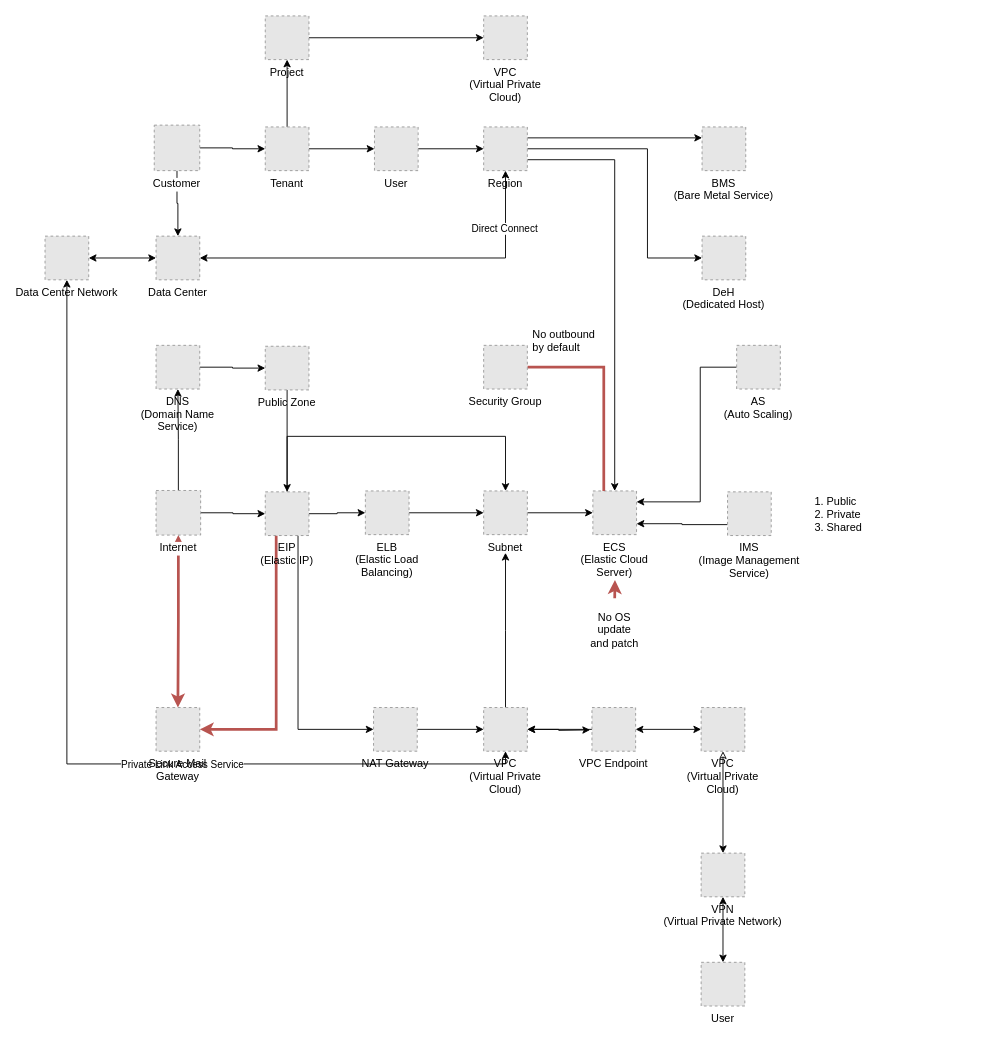
Above: page "Infrastructure und Network" (1 of 3) of Komponenten.drawio in themue/OTC (draw.io), before the change. Source tidied: cells renumbered, new cells numbered last; positions are measured from the earlier drawing's top-left corner, leaving out a move shared by most shapes. Both pictures are drawn from the tidied source at 91%, with x=0, y=0 at pixel (45, 15). Pictures stored in the file or linked from it are replaced by grey dashed boxes.
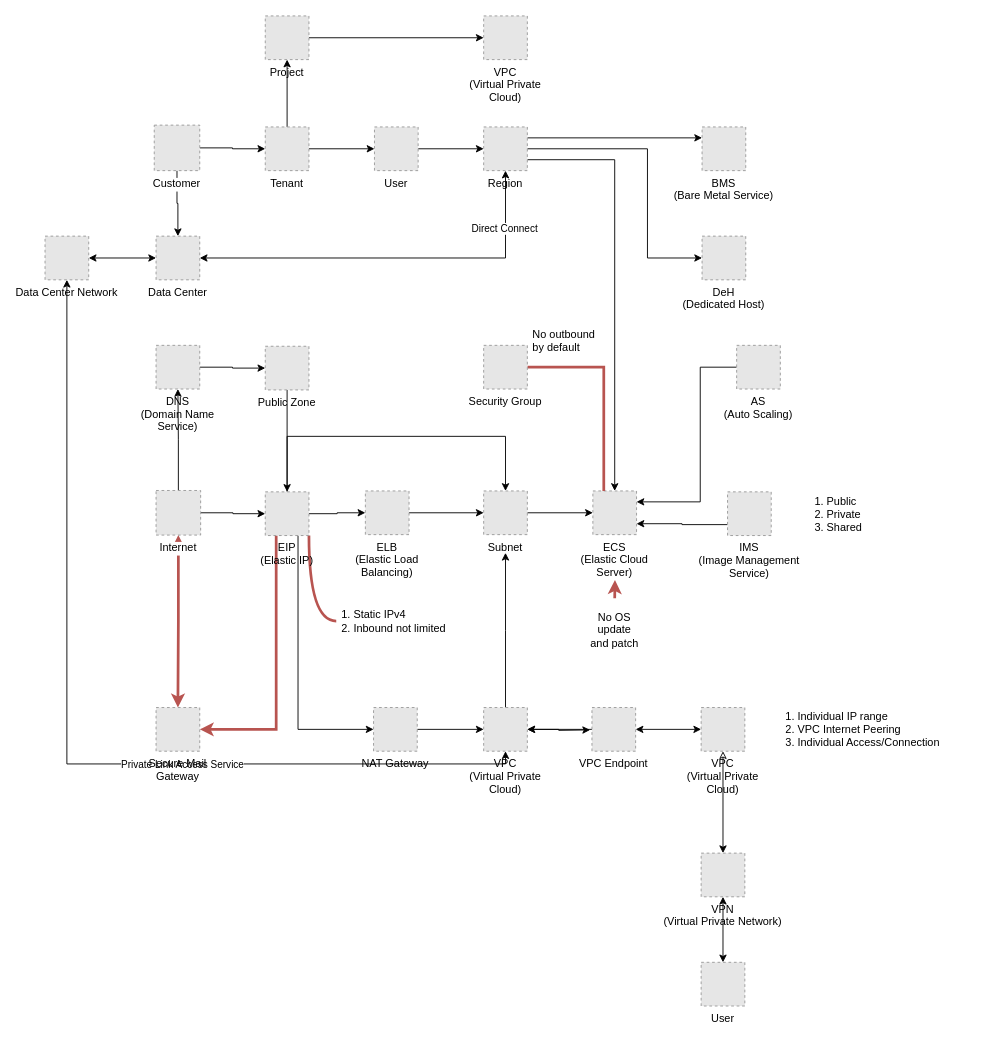
The same page after the edit.

The change refers to these unchanged cells:
```xml
<mxCell id="29" value="EIP&#10;(Elastic IP)" style="fillColor=#E6E6E6;strokeColor=#999999;dashed=1;verticalLabelPosition=bottom;verticalAlign=top;" parent="1" vertex="1">
  <mxGeometry x="242" y="523" width="48" height="48" as="geometry" />
</mxCell>
```

Diff of the diagram source:
```diff
@@
+    <mxCell id="68" style="edgeStyle=orthogonalEdgeStyle;rounded=0;jettySize=auto;html=1;exitX=1;exitY=1;exitDx=0;exitDy=0;entryX=0;entryY=0.5;entryDx=0;entryDy=0;strokeWidth=3;fillColor=#f8cecc;strokeColor=#b85450;curved=1;endArrow=none;endFill=0;" parent="1" edge="1" source="29" target="70">
+      <mxGeometry relative="1" as="geometry" />
+    </mxCell>
@@
     <mxCell id="65" value="1. Public&lt;div&gt;2. Private&lt;br&gt;&lt;div&gt;3. Shared&lt;/div&gt;&lt;/div&gt;" style="text;strokeColor=none;fillColor=none;align=left;verticalAlign=middle;spacingLeft=4;spacingRight=4;overflow=hidden;whiteSpace=wrap;html=1;" parent="1" vertex="1">
-      <mxGeometry x="840" y="523" width="120" height="50" as="geometry" />
+      <mxGeometry x="840" y="523" width="200" height="50" as="geometry" />
     </mxCell>
@@
+    <mxCell id="69" value="1. Individual IP range&lt;div&gt;2. VPC Internet Peering&lt;br&gt;&lt;div&gt;3. Individual Access/Connection&lt;/div&gt;&lt;/div&gt;" style="text;strokeColor=none;fillColor=none;align=left;verticalAlign=middle;spacingLeft=4;spacingRight=4;overflow=hidden;whiteSpace=wrap;html=1;" parent="1" vertex="1">
+      <mxGeometry x="808" y="759" width="192" height="50" as="geometry" />
+    </mxCell>
+    <mxCell id="70" value="1. Static IPv4&lt;div&gt;2. Inbound not limited&lt;/div&gt;" style="text;strokeColor=none;fillColor=none;align=left;verticalAlign=middle;spacingLeft=4;spacingRight=4;overflow=hidden;points=[[0,0.5],[1,0.5]];portConstraint=eastwest;whiteSpace=wrap;html=1;" parent="1" vertex="1">
+      <mxGeometry x="320" y="640" width="160" height="50" as="geometry" />
+    </mxCell>
```
